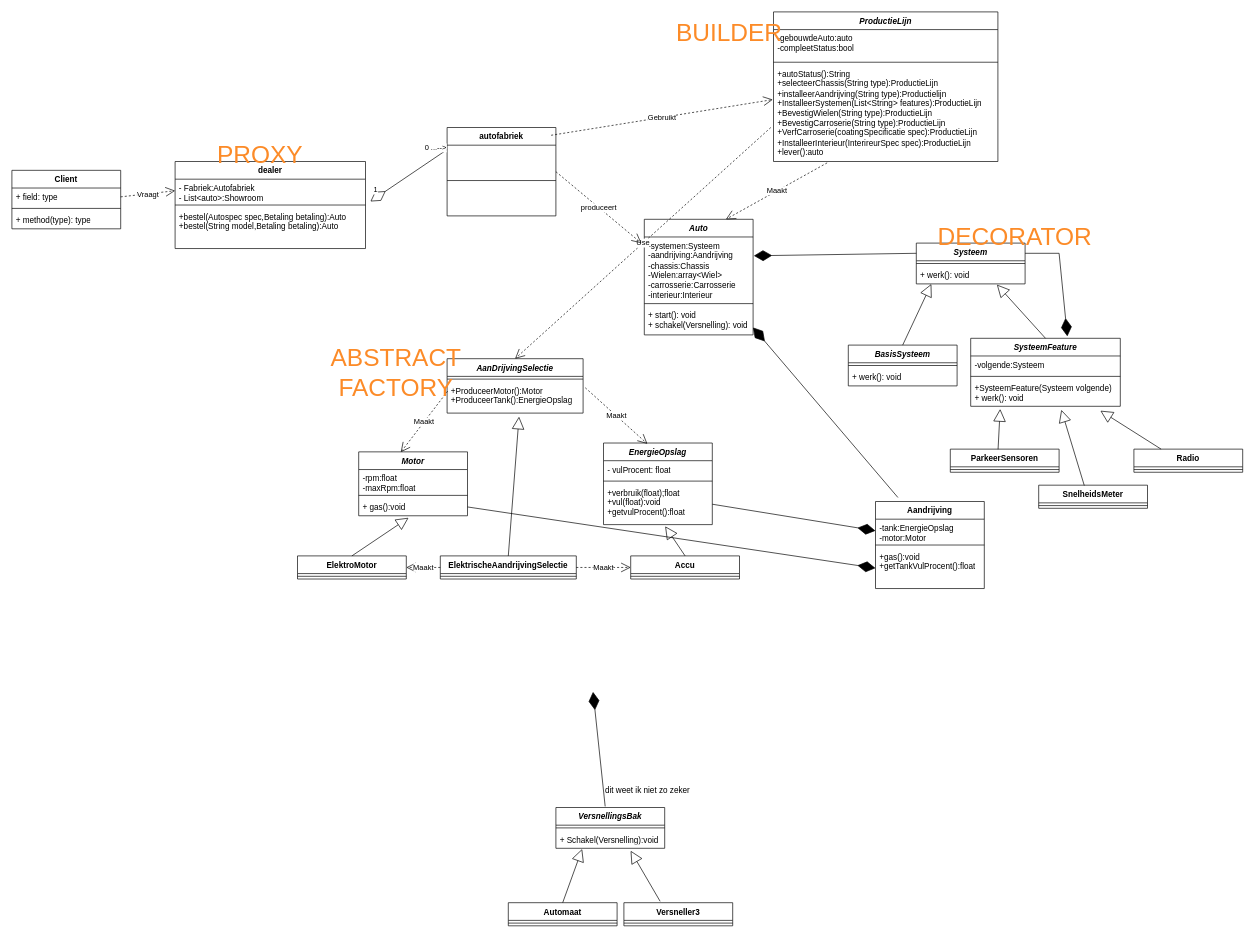
Elipam/Design-patterns keeps this draw.io diagram as vanKris.drawio. Above is the earlier version. Source tidied: cells renumbered, new cells numbered last; positions are measured from the earlier drawing's top-left corner, leaving out a move shared by most shapes. Both pictures are drawn from the tidied source at 68%, with x=0, y=0 at pixel (12, 12).
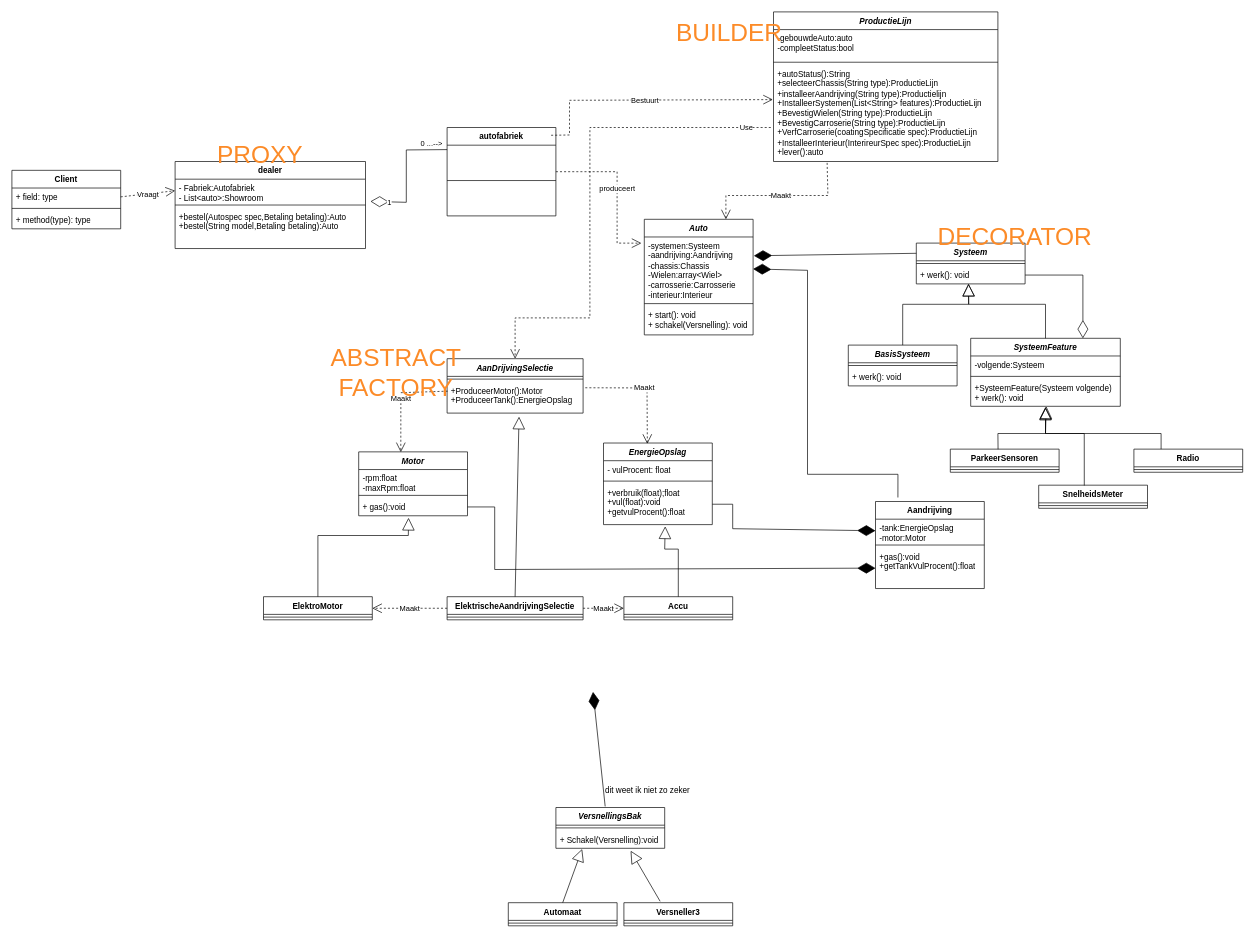
Above is the later version.

Commit message:
overzichtelijkere lijnen

Unchanged cells that the change refers to:
```xml
<mxCell id="2" value="&lt;i&gt;Auto&lt;/i&gt;" style="swimlane;fontStyle=1;align=center;verticalAlign=top;horizontal=1;startSize=26;whiteSpace=wrap;html=1;" parent="1" vertex="1">
  <mxGeometry x="930" y="305" width="160" height="170" as="geometry" />
</mxCell>
<mxCell id="3" value="-systemen:Systeem&lt;br&gt;-aandrijving:Aandrijving&lt;br&gt;-chassis:Chassis&lt;br&gt;-Wielen:array&amp;lt;Wiel&amp;gt;&lt;br&gt;-carrosserie:Carrosserie&lt;br&gt;-interieur:Interieur" style="text;strokeColor=none;fillColor=none;align=left;verticalAlign=top;spacingLeft=4;spacingRight=4;overflow=hidden;points=[[0,0.5],[1,0.5]];portConstraint=eastwest;whiteSpace=wrap;html=1;" parent="2" vertex="1">
  <mxGeometry y="26" width="160" height="94" as="geometry" />
</mxCell>
<mxCell id="5" value="+ start(): void&lt;br&gt;+ schakel(Versnelling): void" style="text;strokeColor=none;fillColor=none;align=left;verticalAlign=top;spacingLeft=4;spacingRight=4;overflow=hidden;points=[[0,0.5],[1,0.5]];portConstraint=eastwest;whiteSpace=wrap;html=1;" parent="2" vertex="1">
  <mxGeometry y="128" width="160" height="42" as="geometry" />
</mxCell>
<mxCell id="6" value="&lt;i&gt;SysteemFeature&lt;/i&gt;" style="swimlane;fontStyle=1;align=center;verticalAlign=top;horizontal=1;startSize=26;whiteSpace=wrap;html=1;" parent="1" vertex="1">
  <mxGeometry x="1410" y="480" width="220" height="100" as="geometry" />
</mxCell>
<mxCell id="9" value="+SysteemFeature(Systeem volgende)&lt;br&gt;+ werk(): void" style="text;strokeColor=none;fillColor=none;align=left;verticalAlign=top;spacingLeft=4;spacingRight=4;overflow=hidden;points=[[0,0.5],[1,0.5]];portConstraint=eastwest;whiteSpace=wrap;html=1;" parent="6" vertex="1">
  <mxGeometry y="60" width="220" height="40" as="geometry" />
</mxCell>
<mxCell id="10" value="&lt;i&gt;Systeem&lt;/i&gt;" style="swimlane;fontStyle=1;align=center;verticalAlign=top;horizontal=1;startSize=26;whiteSpace=wrap;html=1;" parent="1" vertex="1">
  <mxGeometry x="1330" y="340" width="160" height="60" as="geometry" />
</mxCell>
<mxCell id="12" value="+ werk(): void" style="text;strokeColor=none;fillColor=none;align=left;verticalAlign=top;spacingLeft=4;spacingRight=4;overflow=hidden;points=[[0,0.5],[1,0.5]];portConstraint=eastwest;whiteSpace=wrap;html=1;" parent="10" vertex="1">
  <mxGeometry y="34" width="160" height="26" as="geometry" />
</mxCell>
<mxCell id="14" value="&lt;i&gt;BasisSysteem&lt;/i&gt;" style="swimlane;fontStyle=1;align=center;verticalAlign=top;horizontal=1;startSize=26;whiteSpace=wrap;html=1;" parent="1" vertex="1">
  <mxGeometry x="1230" y="490" width="160" height="60" as="geometry" />
</mxCell>
<mxCell id="30" value="Aandrijving" style="swimlane;fontStyle=1;align=center;verticalAlign=top;horizontal=1;startSize=26;whiteSpace=wrap;html=1;" parent="1" vertex="1">
  <mxGeometry x="1270" y="720" width="160" height="128" as="geometry" />
</mxCell>
<mxCell id="31" value="-tank:EnergieOpslag&amp;nbsp;&lt;br&gt;-motor:Motor" style="text;strokeColor=none;fillColor=none;align=left;verticalAlign=top;spacingLeft=4;spacingRight=4;overflow=hidden;points=[[0,0.5],[1,0.5]];portConstraint=eastwest;whiteSpace=wrap;html=1;" parent="30" vertex="1">
  <mxGeometry y="26" width="160" height="34" as="geometry" />
</mxCell>
<mxCell id="33" value="+gas():void&lt;br&gt;+getTankVulProcent():float" style="text;strokeColor=none;fillColor=none;align=left;verticalAlign=top;spacingLeft=4;spacingRight=4;overflow=hidden;points=[[0,0.5],[1,0.5]];portConstraint=eastwest;whiteSpace=wrap;html=1;" parent="30" vertex="1">
  <mxGeometry y="68" width="160" height="60" as="geometry" />
</mxCell>
<mxCell id="36" value="&lt;i&gt;AanDrijvingSelectie&lt;/i&gt;" style="swimlane;fontStyle=1;align=center;verticalAlign=top;horizontal=1;startSize=26;whiteSpace=wrap;html=1;" parent="1" vertex="1">
  <mxGeometry x="640" y="510" width="200" height="80" as="geometry" />
</mxCell>
<mxCell id="38" value="+ProduceerMotor():Motor&lt;br&gt;+ProduceerTank():EnergieOpslag" style="text;strokeColor=none;fillColor=none;align=left;verticalAlign=top;spacingLeft=4;spacingRight=4;overflow=hidden;points=[[0,0.5],[1,0.5]];portConstraint=eastwest;whiteSpace=wrap;html=1;" parent="36" vertex="1">
  <mxGeometry y="34" width="200" height="46" as="geometry" />
</mxCell>
<mxCell id="39" value="Radio" style="swimlane;fontStyle=1;align=center;verticalAlign=top;horizontal=1;startSize=26;whiteSpace=wrap;html=1;" parent="1" vertex="1">
  <mxGeometry x="1650" y="643" width="160" height="34" as="geometry" />
</mxCell>
<mxCell id="42" value="SnelheidsMeter" style="swimlane;fontStyle=1;align=center;verticalAlign=top;horizontal=1;startSize=26;whiteSpace=wrap;html=1;" parent="1" vertex="1">
  <mxGeometry x="1510" y="696" width="160" height="34" as="geometry" />
</mxCell>
<mxCell id="45" value="ParkeerSensoren" style="swimlane;fontStyle=1;align=center;verticalAlign=top;horizontal=1;startSize=26;whiteSpace=wrap;html=1;" parent="1" vertex="1">
  <mxGeometry x="1380" y="643" width="160" height="34" as="geometry" />
</mxCell>
<mxCell id="48" value="autofabriek" style="swimlane;fontStyle=1;align=center;verticalAlign=top;horizontal=1;startSize=26;whiteSpace=wrap;html=1;" parent="1" vertex="1">
  <mxGeometry x="640" y="170" width="160" height="130" as="geometry" />
</mxCell>
<mxCell id="51" value="&lt;i&gt;EnergieOpslag&lt;/i&gt;" style="swimlane;fontStyle=1;align=center;verticalAlign=top;horizontal=1;startSize=26;whiteSpace=wrap;html=1;" parent="1" vertex="1">
  <mxGeometry x="870" y="634" width="160" height="120" as="geometry" />
</mxCell>
<mxCell id="54" value="+verbruik(float);float&lt;br&gt;+vul(float):void&lt;br&gt;+getvulProcent():float" style="text;strokeColor=none;fillColor=none;align=left;verticalAlign=top;spacingLeft=4;spacingRight=4;overflow=hidden;points=[[0,0.5],[1,0.5]];portConstraint=eastwest;whiteSpace=wrap;html=1;" parent="51" vertex="1">
  <mxGeometry y="60" width="160" height="60" as="geometry" />
</mxCell>
<mxCell id="56" value="&lt;i&gt;Motor&lt;/i&gt;" style="swimlane;fontStyle=1;align=center;verticalAlign=top;horizontal=1;startSize=26;whiteSpace=wrap;html=1;" parent="1" vertex="1">
  <mxGeometry x="510" y="647" width="160" height="94" as="geometry" />
</mxCell>
<mxCell id="59" value="+ gas():void" style="text;strokeColor=none;fillColor=none;align=left;verticalAlign=top;spacingLeft=4;spacingRight=4;overflow=hidden;points=[[0,0.5],[1,0.5]];portConstraint=eastwest;whiteSpace=wrap;html=1;" parent="56" vertex="1">
  <mxGeometry y="68" width="160" height="26" as="geometry" />
</mxCell>
<mxCell id="78" value="+autoStatus():String&lt;br&gt;+selecteerChassis(String type):ProductieLijn&lt;br&gt;+installeerAandrijving(String type):Productielijn&lt;br&gt;+InstalleerSystemen(List&amp;lt;String&amp;gt; features):ProductieLijn&lt;br&gt;+BevestigWielen(String type):ProductieLijn&lt;br&gt;+BevestigCarroserie(String type):ProductieLijn&lt;br&gt;+VerfCarroserie(coatingSpecificatie spec):ProductieLijn&lt;br&gt;+InstalleerInterieur(InterireurSpec spec):ProductieLijn&lt;br&gt;+lever():auto" style="text;strokeColor=none;fillColor=none;align=left;verticalAlign=top;spacingLeft=4;spacingRight=4;overflow=hidden;points=[[0,0.5],[1,0.5]];portConstraint=eastwest;whiteSpace=wrap;html=1;" parent="75" vertex="1">
  <mxGeometry y="78" width="330" height="142" as="geometry" />
</mxCell>
<mxCell id="82" value="- Fabriek:Autofabriek&lt;br&gt;- List&amp;lt;auto&amp;gt;:Showroom" style="text;strokeColor=none;fillColor=none;align=left;verticalAlign=top;spacingLeft=4;spacingRight=4;overflow=hidden;points=[[0,0.5],[1,0.5]];portConstraint=eastwest;whiteSpace=wrap;html=1;" parent="81" vertex="1">
  <mxGeometry y="26" width="280" height="34" as="geometry" />
</mxCell>
```

The edit, as a diff of the source:
```diff
@@
-    <mxCell id="13" style="endArrow=block;endSize=16;endFill=0;html=1;rounded=0;exitX=0.5;exitY=0;exitDx=0;exitDy=0;entryX=0.741;entryY=1.042;entryDx=0;entryDy=0;entryPerimeter=0;" parent="1" edge="1" source="6" target="12">
-      <mxGeometry relative="1" as="geometry" />
+    <mxCell id="13" style="endArrow=block;endSize=16;endFill=0;html=1;rounded=0;exitX=0.5;exitY=0;exitDx=0;exitDy=0;entryX=0.481;entryY=1;entryDx=0;entryDy=0;entryPerimeter=0;" parent="1" edge="1" source="6" target="12">
+      <mxGeometry relative="1" as="geometry">
+        <Array as="points">
+          <mxPoint x="1520" y="430" />
+          <mxPoint x="1407" y="430" />
+        </Array>
+      </mxGeometry>
     </mxCell>
@@
-    <mxCell id="17" style="endArrow=diamondThin;endFill=1;endSize=24;html=1;rounded=0;exitX=1;exitY=0.25;exitDx=0;exitDy=0;entryX=0.646;entryY=-0.029;entryDx=0;entryDy=0;entryPerimeter=0;" parent="1" edge="1" source="10" target="6">
-      <mxGeometry relative="1" as="geometry">
-        <Array as="points">
-          <mxPoint x="1540" y="355" />
-        </Array>
-      </mxGeometry>
-    </mxCell>
-    <mxCell id="18" style="endArrow=block;endSize=16;endFill=0;html=1;rounded=0;exitX=0.5;exitY=0;exitDx=0;exitDy=0;entryX=0.138;entryY=1.007;entryDx=0;entryDy=0;entryPerimeter=0;" parent="1" edge="1" source="14" target="12">
-      <mxGeometry relative="1" as="geometry" />
+    <mxCell id="18" style="endArrow=block;endSize=16;endFill=0;html=1;rounded=0;exitX=0.5;exitY=0;exitDx=0;exitDy=0;entryX=0.479;entryY=0.987;entryDx=0;entryDy=0;entryPerimeter=0;" parent="1" edge="1" source="14" target="12">
+      <mxGeometry relative="1" as="geometry">
+        <Array as="points">
+          <mxPoint x="1310" y="430" />
+          <mxPoint x="1407" y="430" />
+        </Array>
+      </mxGeometry>
     </mxCell>
@@
-    <mxCell id="34" style="endArrow=diamondThin;endFill=1;endSize=24;html=1;rounded=0;entryX=0.999;entryY=0.74;entryDx=0;entryDy=0;entryPerimeter=0;exitX=0.206;exitY=-0.046;exitDx=0;exitDy=0;exitPerimeter=0;" parent="1" edge="1" source="30" target="5">
-      <mxGeometry relative="1" as="geometry" />
+    <mxCell id="34" style="endArrow=diamondThin;endFill=1;endSize=24;html=1;rounded=0;entryX=1;entryY=0.5;entryDx=0;entryDy=0;exitX=0.206;exitY=-0.046;exitDx=0;exitDy=0;exitPerimeter=0;" parent="1" edge="1" source="30" target="3">
+      <mxGeometry relative="1" as="geometry">
+        <Array as="points">
+          <mxPoint x="1303" y="680" />
+          <mxPoint x="1170" y="680" />
+          <mxPoint x="1170" y="380" />
+        </Array>
+      </mxGeometry>
     </mxCell>
@@
-    <mxCell id="41" style="endArrow=block;endSize=16;endFill=0;html=1;rounded=0;exitX=0.25;exitY=0;exitDx=0;exitDy=0;entryX=0.867;entryY=1.163;entryDx=0;entryDy=0;entryPerimeter=0;" parent="1" edge="1" source="39" target="9">
-      <mxGeometry relative="1" as="geometry" />
+    <mxCell id="41" style="endArrow=block;endSize=16;endFill=0;html=1;rounded=0;exitX=0.25;exitY=0;exitDx=0;exitDy=0;entryX=0.5;entryY=1.05;entryDx=0;entryDy=0;entryPerimeter=0;" parent="1" edge="1" source="39" target="9">
+      <mxGeometry relative="1" as="geometry">
+        <Array as="points">
+          <mxPoint x="1690" y="620" />
+          <mxPoint x="1520" y="620" />
+        </Array>
+      </mxGeometry>
     </mxCell>
@@
-    <mxCell id="44" style="endArrow=block;endSize=16;endFill=0;html=1;rounded=0;exitX=0.419;exitY=0.015;exitDx=0;exitDy=0;entryX=0.606;entryY=1.131;entryDx=0;entryDy=0;entryPerimeter=0;exitPerimeter=0;" parent="1" edge="1" source="42" target="9">
-      <mxGeometry relative="1" as="geometry" />
+    <mxCell id="44" style="endArrow=block;endSize=16;endFill=0;html=1;rounded=0;exitX=0.419;exitY=0.015;exitDx=0;exitDy=0;entryX=0.505;entryY=1;entryDx=0;entryDy=0;entryPerimeter=0;exitPerimeter=0;" parent="1" edge="1" source="42" target="9">
+      <mxGeometry relative="1" as="geometry">
+        <Array as="points">
+          <mxPoint x="1577" y="620" />
+          <mxPoint x="1520" y="620" />
+        </Array>
+      </mxGeometry>
     </mxCell>
@@
-    <mxCell id="47" style="endArrow=block;endSize=16;endFill=0;html=1;rounded=0;exitX=0.439;exitY=0.007;exitDx=0;exitDy=0;entryX=0.197;entryY=1.1;entryDx=0;entryDy=0;entryPerimeter=0;exitPerimeter=0;" parent="1" edge="1" source="45" target="9">
-      <mxGeometry relative="1" as="geometry" />
+    <mxCell id="47" style="endArrow=block;endSize=16;endFill=0;html=1;rounded=0;exitX=0.439;exitY=0.007;exitDx=0;exitDy=0;entryX=0.5;entryY=1.025;entryDx=0;entryDy=0;entryPerimeter=0;exitPerimeter=0;" parent="1" edge="1" source="45" target="9">
+      <mxGeometry relative="1" as="geometry">
+        <Array as="points">
+          <mxPoint x="1450" y="620" />
+          <mxPoint x="1520" y="620" />
+        </Array>
+      </mxGeometry>
     </mxCell>
@@
     <mxCell id="50" value="Use" style="endArrow=open;endSize=12;dashed=1;html=1;rounded=0;exitX=-0.012;exitY=0.648;exitDx=0;exitDy=0;entryX=0.5;entryY=0;entryDx=0;entryDy=0;exitPerimeter=0;" parent="1" edge="1" source="78" target="36">
-      <mxGeometry relative="1" as="geometry" />
+      <mxGeometry x="-0.9" relative="1" as="geometry">
+        <Array as="points">
+          <mxPoint x="850" y="170" />
+          <mxPoint x="850" y="450" />
+          <mxPoint x="740" y="450" />
+        </Array>
+      </mxGeometry>
     </mxCell>
@@
     <mxCell id="55" value="Maakt" style="endArrow=open;endSize=12;dashed=1;html=1;rounded=0;exitX=1.016;exitY=0.19;exitDx=0;exitDy=0;exitPerimeter=0;entryX=0.403;entryY=0.01;entryDx=0;entryDy=0;entryPerimeter=0;" parent="1" edge="1" source="38" target="51">
-      <mxGeometry relative="1" as="geometry" />
+      <mxGeometry relative="1" as="geometry">
+        <Array as="points">
+          <mxPoint x="934" y="553" />
+        </Array>
+      </mxGeometry>
     </mxCell>
@@
     <mxCell id="60" value="Maakt" style="endArrow=open;endSize=12;dashed=1;html=1;rounded=0;exitX=0.004;exitY=0.299;exitDx=0;exitDy=0;exitPerimeter=0;entryX=0.387;entryY=0.005;entryDx=0;entryDy=0;entryPerimeter=0;" parent="1" edge="1" source="38" target="56">
-      <mxGeometry relative="1" as="geometry" />
+      <mxGeometry relative="1" as="geometry">
+        <Array as="points">
+          <mxPoint x="572" y="560" />
+        </Array>
+      </mxGeometry>
     </mxCell>
     <mxCell id="61" value="ElektrischeAandrijvingSelectie" style="swimlane;fontStyle=1;align=center;verticalAlign=top;horizontal=1;startSize=26;whiteSpace=wrap;html=1;" parent="1" vertex="1">
-      <mxGeometry x="630" y="800" width="200" height="34" as="geometry" />
+      <mxGeometry x="640" y="860" width="200" height="34" as="geometry" />
     </mxCell>
@@
     <mxCell id="64" value="ElektroMotor" style="swimlane;fontStyle=1;align=center;verticalAlign=top;horizontal=1;startSize=26;whiteSpace=wrap;html=1;" parent="1" vertex="1">
-      <mxGeometry x="420" y="800" width="160" height="34" as="geometry" />
+      <mxGeometry x="370" y="860" width="160" height="34" as="geometry" />
     </mxCell>
@@
     <mxCell id="66" style="endArrow=diamondThin;endFill=1;endSize=24;html=1;rounded=0;entryX=0;entryY=0.5;entryDx=0;entryDy=0;exitX=1;exitY=0.5;exitDx=0;exitDy=0;" parent="1" edge="1" source="59" target="33">
-      <mxGeometry relative="1" as="geometry" />
+      <mxGeometry relative="1" as="geometry">
+        <Array as="points">
+          <mxPoint x="710" y="728" />
+          <mxPoint x="710" y="820" />
+        </Array>
+      </mxGeometry>
     </mxCell>
     <mxCell id="67" style="endArrow=diamondThin;endFill=1;endSize=24;html=1;rounded=0;entryX=0;entryY=0.5;entryDx=0;entryDy=0;exitX=1;exitY=0.5;exitDx=0;exitDy=0;" parent="1" edge="1" source="54" target="31">
-      <mxGeometry relative="1" as="geometry" />
+      <mxGeometry relative="1" as="geometry">
+        <Array as="points">
+          <mxPoint x="1060" y="724" />
+          <mxPoint x="1060" y="760" />
+        </Array>
+      </mxGeometry>
     </mxCell>
     <mxCell id="68" style="endArrow=block;endSize=16;endFill=0;html=1;rounded=0;entryX=0.458;entryY=1.115;entryDx=0;entryDy=0;entryPerimeter=0;exitX=0.5;exitY=0;exitDx=0;exitDy=0;" parent="1" edge="1" source="64" target="59">
-      <mxGeometry relative="1" as="geometry" />
+      <mxGeometry relative="1" as="geometry">
+        <Array as="points">
+          <mxPoint x="450" y="770" />
+          <mxPoint x="583" y="770" />
+        </Array>
+      </mxGeometry>
     </mxCell>
     <mxCell id="69" value="Accu" style="swimlane;fontStyle=1;align=center;verticalAlign=top;horizontal=1;startSize=26;whiteSpace=wrap;html=1;" parent="1" vertex="1">
-      <mxGeometry x="910" y="800" width="160" height="34" as="geometry" />
+      <mxGeometry x="900" y="860" width="160" height="34" as="geometry" />
     </mxCell>
@@
     <mxCell id="71" style="endArrow=block;endSize=16;endFill=0;html=1;rounded=0;entryX=0.567;entryY=1.042;entryDx=0;entryDy=0;entryPerimeter=0;exitX=0.5;exitY=0;exitDx=0;exitDy=0;" parent="1" edge="1" source="69" target="54">
-      <mxGeometry relative="1" as="geometry" />
+      <mxGeometry relative="1" as="geometry">
+        <Array as="points">
+          <mxPoint x="980" y="790" />
+          <mxPoint x="960" y="790" />
+        </Array>
+      </mxGeometry>
     </mxCell>
     <mxCell id="72" value="produceert" style="endArrow=open;endSize=12;dashed=1;html=1;rounded=0;exitX=1;exitY=0.5;exitDx=0;exitDy=0;entryX=-0.027;entryY=0.097;entryDx=0;entryDy=0;entryPerimeter=0;" parent="1" edge="1" source="48" target="3">
-      <mxGeometry relative="1" as="geometry" />
+      <mxGeometry relative="1" as="geometry">
+        <Array as="points">
+          <mxPoint x="890" y="235" />
+          <mxPoint x="890" y="340" />
+        </Array>
+      </mxGeometry>
     </mxCell>
@@
-    <mxCell id="79" value="Gebruikt" style="endArrow=open;endSize=12;dashed=1;html=1;rounded=0;exitX=0.956;exitY=0.088;exitDx=0;exitDy=0;exitPerimeter=0;entryX=-0.003;entryY=0.359;entryDx=0;entryDy=0;entryPerimeter=0;" parent="1" edge="1" source="48" target="78">
-      <mxGeometry relative="1" as="geometry" />
+    <mxCell id="79" value="Bestuurt" style="endArrow=open;endSize=12;dashed=1;html=1;rounded=0;exitX=0.956;exitY=0.088;exitDx=0;exitDy=0;exitPerimeter=0;entryX=-0.003;entryY=0.359;entryDx=0;entryDy=0;entryPerimeter=0;" parent="1" edge="1" source="48" target="78">
+      <mxGeometry relative="1" as="geometry">
+        <Array as="points">
+          <mxPoint x="820" y="181" />
+          <mxPoint x="820" y="130" />
+        </Array>
+      </mxGeometry>
     </mxCell>
     <mxCell id="80" value="Maakt" style="endArrow=open;endSize=12;dashed=1;html=1;rounded=0;exitX=0.239;exitY=1.014;exitDx=0;exitDy=0;exitPerimeter=0;entryX=0.75;entryY=0;entryDx=0;entryDy=0;" parent="1" edge="1" source="78" target="2">
-      <mxGeometry relative="1" as="geometry" />
+      <mxGeometry relative="1" as="geometry">
+        <Array as="points">
+          <mxPoint x="1200" y="270" />
+          <mxPoint x="1050" y="270" />
+        </Array>
+      </mxGeometry>
     </mxCell>
@@
     <mxCell id="85" style="endArrow=diamondThin;endFill=0;endSize=24;html=1;rounded=0;exitX=0;exitY=0.25;exitDx=0;exitDy=0;entryX=1.026;entryY=0.962;entryDx=0;entryDy=0;entryPerimeter=0;" parent="1" edge="1" source="48" target="82">
-      <mxGeometry relative="1" as="geometry" />
+      <mxGeometry relative="1" as="geometry">
+        <Array as="points">
+          <mxPoint x="580" y="203" />
+          <mxPoint x="580" y="280" />
+        </Array>
+      </mxGeometry>
     </mxCell>
@@
+    <mxCell id="97" style="endArrow=diamondThin;endFill=0;endSize=24;html=1;rounded=0;exitX=1;exitY=0.5;exitDx=0;exitDy=0;entryX=0.75;entryY=0;entryDx=0;entryDy=0;" parent="1" edge="1" source="12" target="6">
+      <mxGeometry relative="1" as="geometry">
+        <Array as="points">
+          <mxPoint x="1575" y="387" />
+        </Array>
+      </mxGeometry>
+    </mxCell>
```
